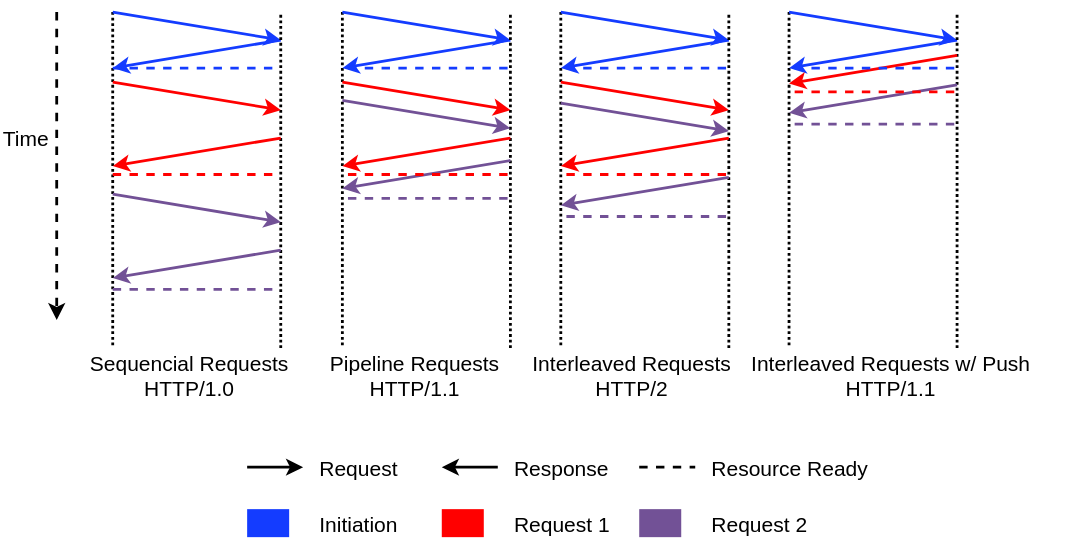
The draw.io diagram Registration-Abhijit/img/spdy/http-timing-diagram.svg in abhimp/PhDRelated, before a commit. Source tidied: cells renumbered, new cells last; positions are measured from the earlier drawing's top-left corner, leaving out a move shared by most shapes.
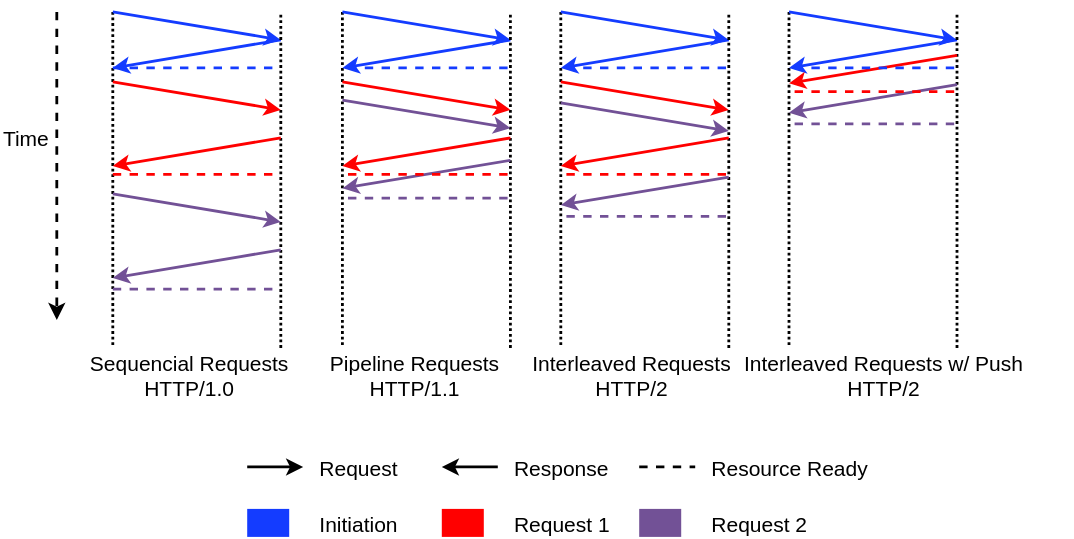
After the commit.

Change to the diagram source:
```diff
@@ -308,8 +308,8 @@
     <mxCell id="58" value="Interleaved Requests&#10;HTTP/2" style="text;align=center;verticalAlign=top;spacingTop=-4;fontSize=15;fontFamily=Helvetica;fontColor=#000000;" parent="1" vertex="1">
       <mxGeometry x="346" y="240" width="210" height="20" as="geometry" />
     </mxCell>
-    <mxCell id="59" value="Interleaved Requests w/ Push&#10;HTTP/1.1" style="text;align=center;verticalAlign=top;spacingTop=-4;fontSize=15;fontFamily=Helvetica;fontColor=#000000;" parent="1" vertex="1">
-      <mxGeometry x="496" y="240" width="280" height="20" as="geometry" />
+    <mxCell id="59" value="Interleaved Requests w/ Push&#10;HTTP/2" style="text;align=center;verticalAlign=top;spacingTop=-4;fontSize=15;fontFamily=Helvetica;fontColor=#000000;" parent="1" vertex="1">
+      <mxGeometry x="496" y="240" width="270" height="20" as="geometry" />
     </mxCell>
     <mxCell id="60" style="endArrow=classic;dashed=1;labelBackgroundColor=none;strokeColor=#000000;strokeWidth=2;fontFamily=Helvetica;fontSize=15;fontColor=#000000;" parent="1" edge="1">
       <mxGeometry relative="1" as="geometry">
```
